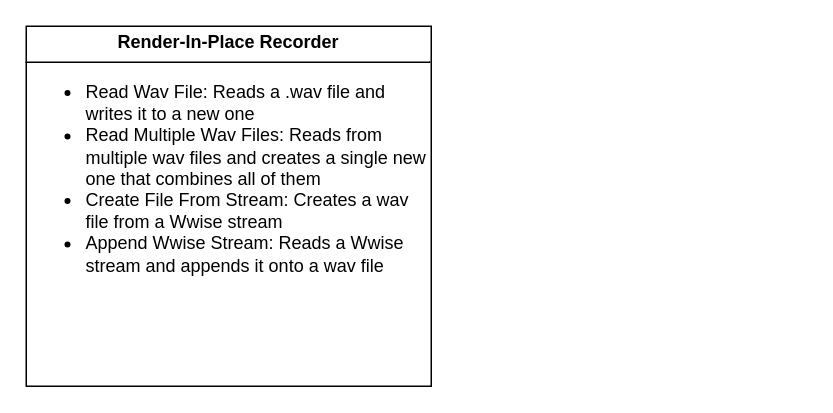
Above: Render-in-place-Recorder.drawio in Saber033/Comp-Sci-IA (draw.io), before the change. Source tidied: cells renumbered, new cells numbered last; positions are measured from the earlier drawing's top-left corner, leaving out a move shared by most shapes. Both pictures are drawn from the tidied source at 150%, with x=0, y=0 at pixel (26, 26).
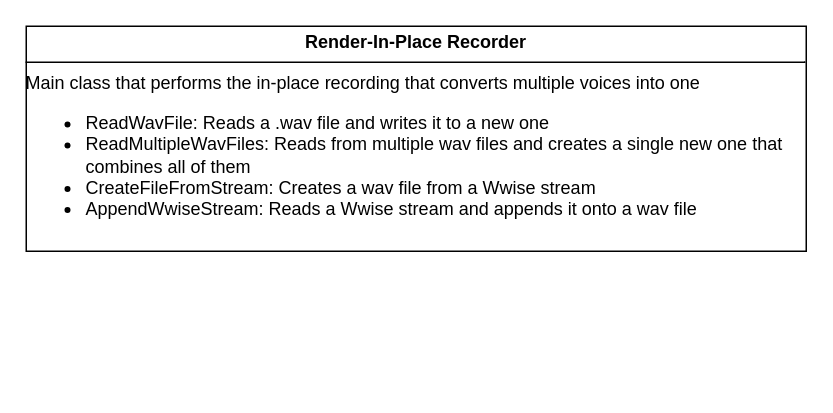
The same page after the edit.

What changed in the source:
```diff
@@
 <mxGraphModel>
   <root>
     <mxCell id="0" />
     <mxCell id="1" parent="0" />
-    <mxCell id="2" value="&lt;p style=&quot;margin:0px;margin-top:4px;text-align:center;&quot;&gt;&lt;b&gt;Render-In-Place Recorder&lt;/b&gt;&lt;/p&gt;&lt;hr size=&quot;1&quot; style=&quot;border-style:solid;&quot;&gt;&lt;div style=&quot;height:2px;&quot;&gt;&lt;ul&gt;&lt;li&gt;Read Wav File: Reads a .wav file and writes it to a new one&lt;/li&gt;&lt;li&gt;Read Multiple Wav Files: Reads from multiple wav files and creates a single new one that combines all of them&lt;/li&gt;&lt;li&gt;Create File From Stream: Creates a wav file from a Wwise stream&lt;/li&gt;&lt;li&gt;Append Wwise Stream: Reads a Wwise stream and appends it onto a wav file&lt;/li&gt;&lt;/ul&gt;&lt;/div&gt;" style="verticalAlign=top;align=left;overflow=fill;html=1;whiteSpace=wrap;" parent="1" vertex="1">
-      <mxGeometry width="270" height="240" as="geometry" />
+    <mxCell id="2" value="&lt;p style=&quot;margin:0px;margin-top:4px;text-align:center;&quot;&gt;&lt;b&gt;Render-In-Place Recorder&lt;/b&gt;&lt;/p&gt;&lt;hr size=&quot;1&quot; style=&quot;border-style:solid;&quot;&gt;Main class that performs the in-place recording that converts multiple voices into one&amp;nbsp;&lt;div style=&quot;height:2px;&quot;&gt;&lt;ul&gt;&lt;li&gt;&lt;span style=&quot;background-color: transparent; color: light-dark(rgb(0, 0, 0), rgb(255, 255, 255));&quot;&gt;ReadWavFile: Reads a .wav file and writes it to a new one&lt;/span&gt;&lt;br&gt;&lt;/li&gt;&lt;li&gt;ReadMultipleWavFiles: Reads from multiple wav files and creates a single new one that combines all of them&lt;/li&gt;&lt;li&gt;CreateFileFromStream: Creates a wav file from a Wwise stream&lt;/li&gt;&lt;li&gt;AppendWwiseStream: Reads a Wwise stream and appends it onto a wav file&lt;/li&gt;&lt;/ul&gt;&lt;/div&gt;" style="verticalAlign=top;align=left;overflow=fill;html=1;whiteSpace=wrap;" parent="1" vertex="1">
+      <mxGeometry width="520" height="150" as="geometry" />
     </mxCell>
   </root>
 </mxGraphModel>
```
